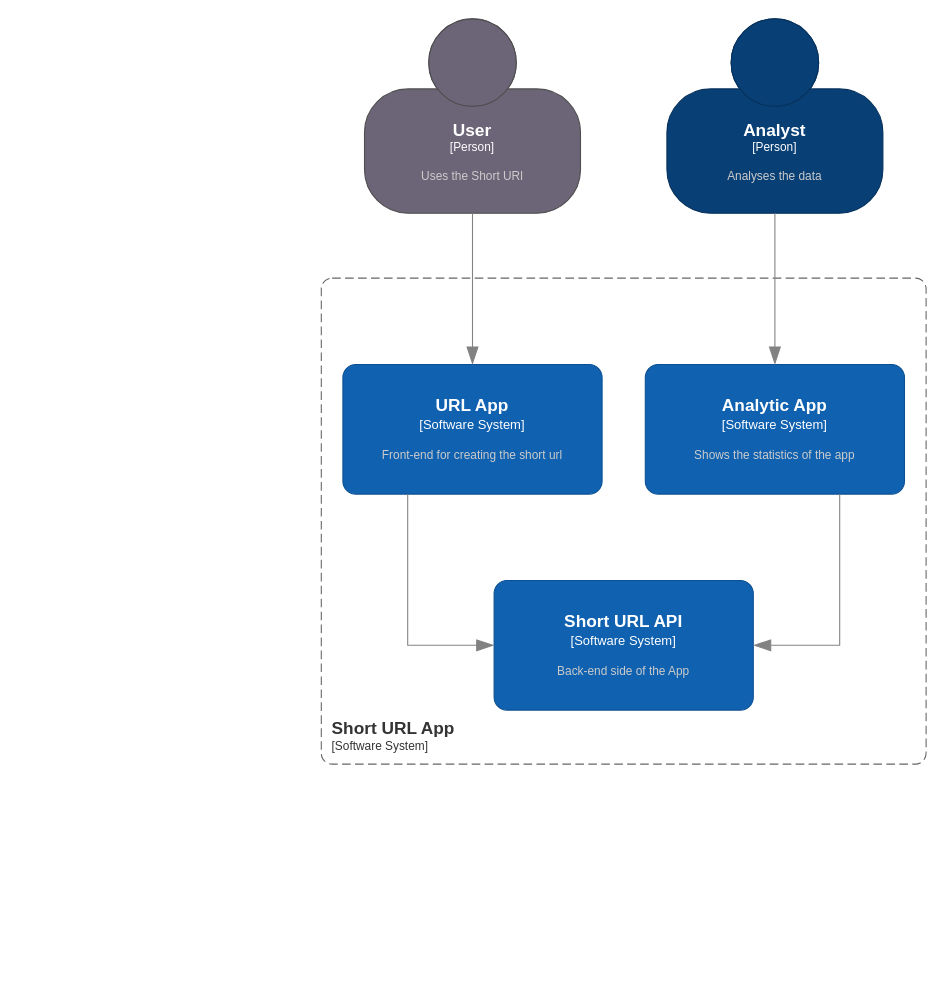
The draw.io diagram page "Context" (1 of 2) of docs/c4/c4-diagrams.drawio in Janitor93/short-url, before the edit. Source tidied: cells renumbered, new cells numbered last; positions are measured from the earlier drawing's top-left corner, leaving out a move shared by most shapes. Both pictures are drawn from the tidied source at 108%, with x=0, y=0 at pixel (321, 18).
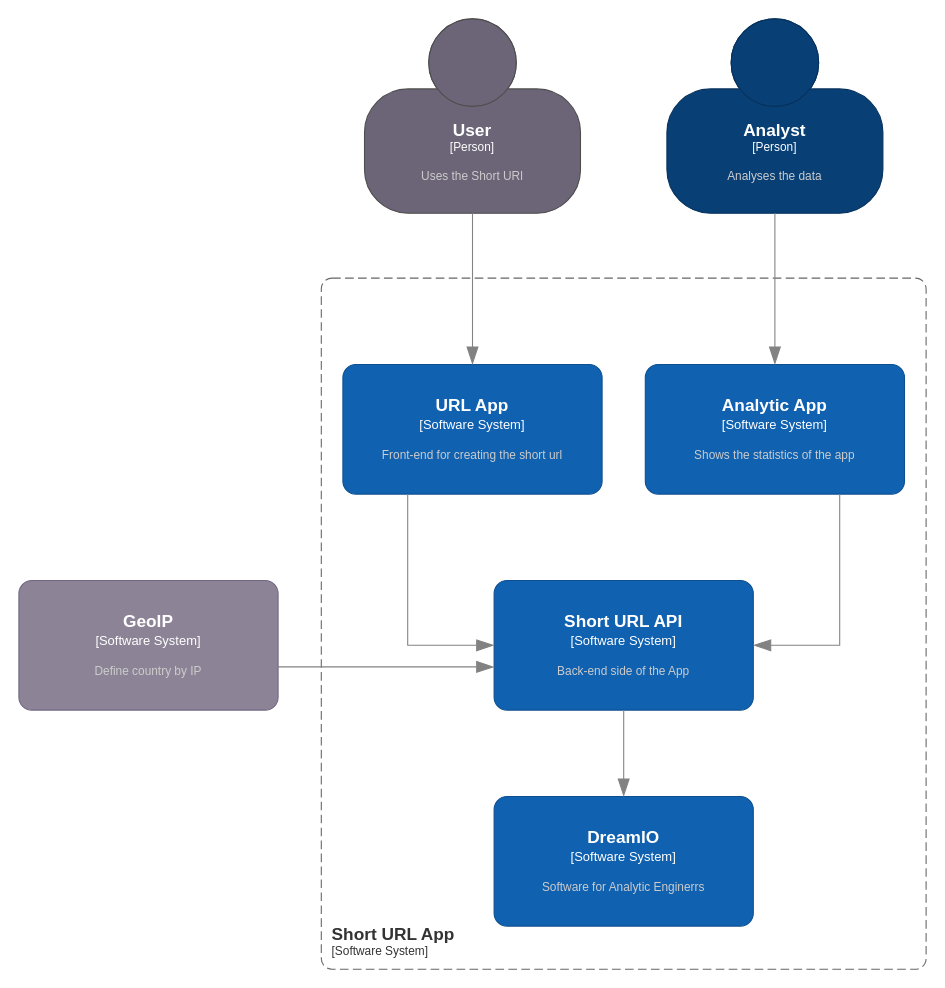
The same page after the edit.

Commit message (it also covers changes not shown here):
docs(adr): analytic service

What changed in the source:
```diff
@@
     <object id="4" label="&lt;font style=&quot;font-size: 16px&quot;&gt;&lt;b&gt;&lt;div style=&quot;text-align: left&quot;&gt;%c4Name%&lt;/div&gt;&lt;/b&gt;&lt;/font&gt;&lt;div style=&quot;text-align: left&quot;&gt;[%c4Application%]&lt;/div&gt;" c4Application="Software System" c4Name="Short URL App" placeholders="1">
       <mxCell style="rounded=1;fontSize=11;whiteSpace=wrap;html=1;dashed=1;arcSize=20;fillColor=none;strokeColor=#666666;fontColor=#333333;labelBackgroundColor=none;align=left;verticalAlign=bottom;labelBorderColor=none;spacingTop=0;spacing=10;dashPattern=8 4;perimeter=rectanglePerimeter;noLabel=0;labelPadding=0;absoluteArcSize=1;" parent="1" vertex="1">
-        <mxGeometry y="240" width="560" height="450" as="geometry" />
+        <mxGeometry y="240" width="560" height="640" as="geometry" />
       </mxCell>
     </object>
@@
+    <object id="12" label="&lt;font style=&quot;font-size: 16px&quot;&gt;&lt;b&gt;%c4Name%&lt;/b&gt;&lt;/font&gt;&lt;div&gt;[%c4Type%]&lt;/div&gt;&lt;br&gt;&lt;div&gt;&lt;font style=&quot;font-size: 11px&quot;&gt;&lt;font color=&quot;#cccccc&quot;&gt;%c4Description%&lt;/font&gt;&lt;/div&gt;" c4Description="Define country by IP" c4Name="GeoIP" c4Type="Software System" placeholders="1">
+      <mxCell style="rounded=1;whiteSpace=wrap;html=1;labelBackgroundColor=none;fillColor=#8C8496;fontColor=#ffffff;align=center;arcSize=10;strokeColor=#736782;" parent="1" vertex="1">
+        <mxGeometry x="-280" y="520" width="240" height="120" as="geometry" />
+      </mxCell>
+    </object>
+    <mxCell id="13" style="endArrow=blockThin;html=1;fontSize=10;fontColor=#404040;strokeWidth=1;endFill=1;strokeColor=#828282;elbow=vertical;endSize=14;startSize=14;jumpStyle=arc;jumpSize=16;rounded=0;edgeStyle=orthogonalEdgeStyle;" parent="1" edge="1">
+      <mxGeometry relative="1" as="geometry">
+        <mxPoint x="-40" y="600" as="sourcePoint" />
+        <mxPoint x="160" y="600" as="targetPoint" />
+      </mxGeometry>
+    </mxCell>
+    <object id="14" label="&lt;font style=&quot;font-size: 16px&quot;&gt;&lt;b&gt;%c4Name%&lt;/b&gt;&lt;/font&gt;&lt;div&gt;[%c4Type%]&lt;/div&gt;&lt;br&gt;&lt;div&gt;&lt;font style=&quot;font-size: 11px&quot;&gt;&lt;font color=&quot;#cccccc&quot;&gt;%c4Description%&lt;/font&gt;&lt;/div&gt;" c4Description="Software for Analytic Enginerrs" c4Name="DreamIO" c4Type="Software System" placeholders="1">
+      <mxCell style="rounded=1;whiteSpace=wrap;html=1;labelBackgroundColor=none;fillColor=#1061B0;fontColor=#ffffff;align=center;arcSize=10;strokeColor=#0D5091;" parent="1" vertex="1">
+        <mxGeometry x="160" y="720" width="240" height="120" as="geometry" />
+      </mxCell>
+    </object>
+    <mxCell id="15" style="endArrow=blockThin;html=1;fontSize=10;fontColor=#404040;strokeWidth=1;endFill=1;strokeColor=#828282;elbow=vertical;endSize=14;startSize=14;jumpStyle=arc;jumpSize=16;rounded=0;edgeStyle=orthogonalEdgeStyle;" parent="1" edge="1">
+      <mxGeometry relative="1" as="geometry">
+        <mxPoint x="280" y="640" as="sourcePoint" />
+        <mxPoint x="280" y="720" as="targetPoint" />
+      </mxGeometry>
+    </mxCell>
```
